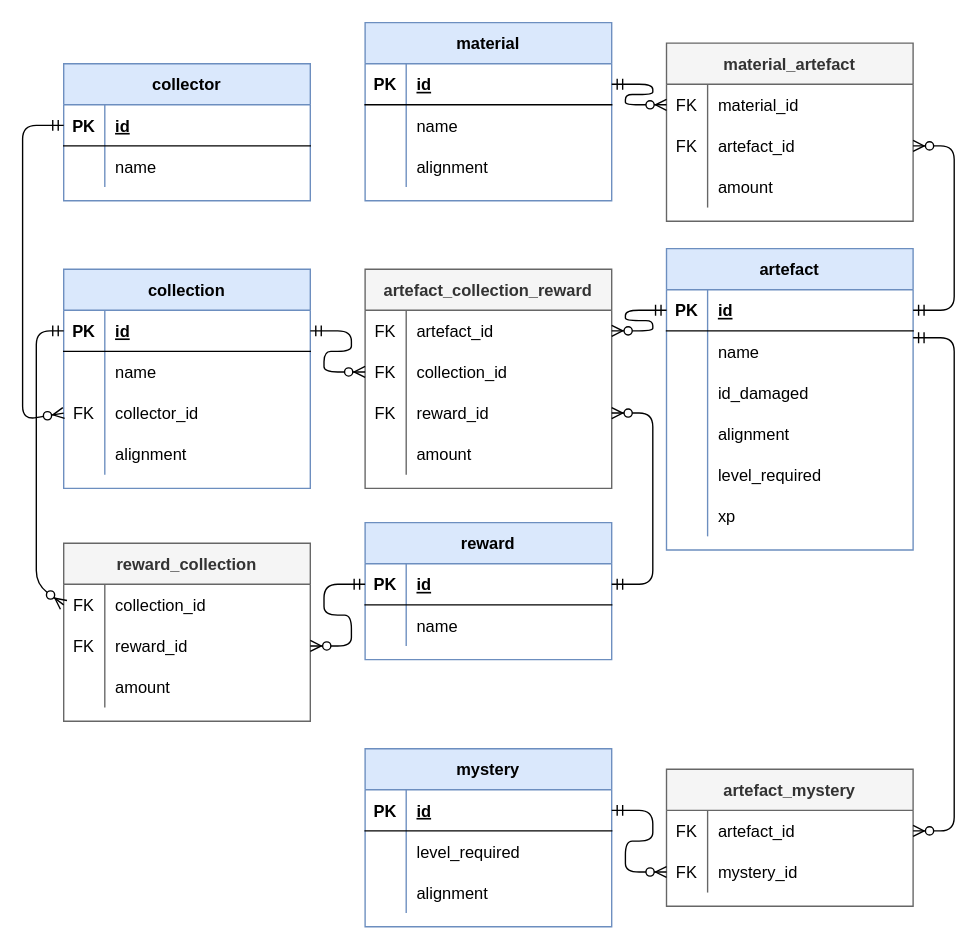
Before: db/entity_relation.drawio in brianburwell11/rs-archaeology, a draw.io diagram. Source tidied: cells renumbered, new cells numbered last; positions are measured from the earlier drawing's top-left corner, leaving out a move shared by most shapes. Both pictures are drawn from the tidied source at 137%, with x=0, y=0 at pixel (22, 22).
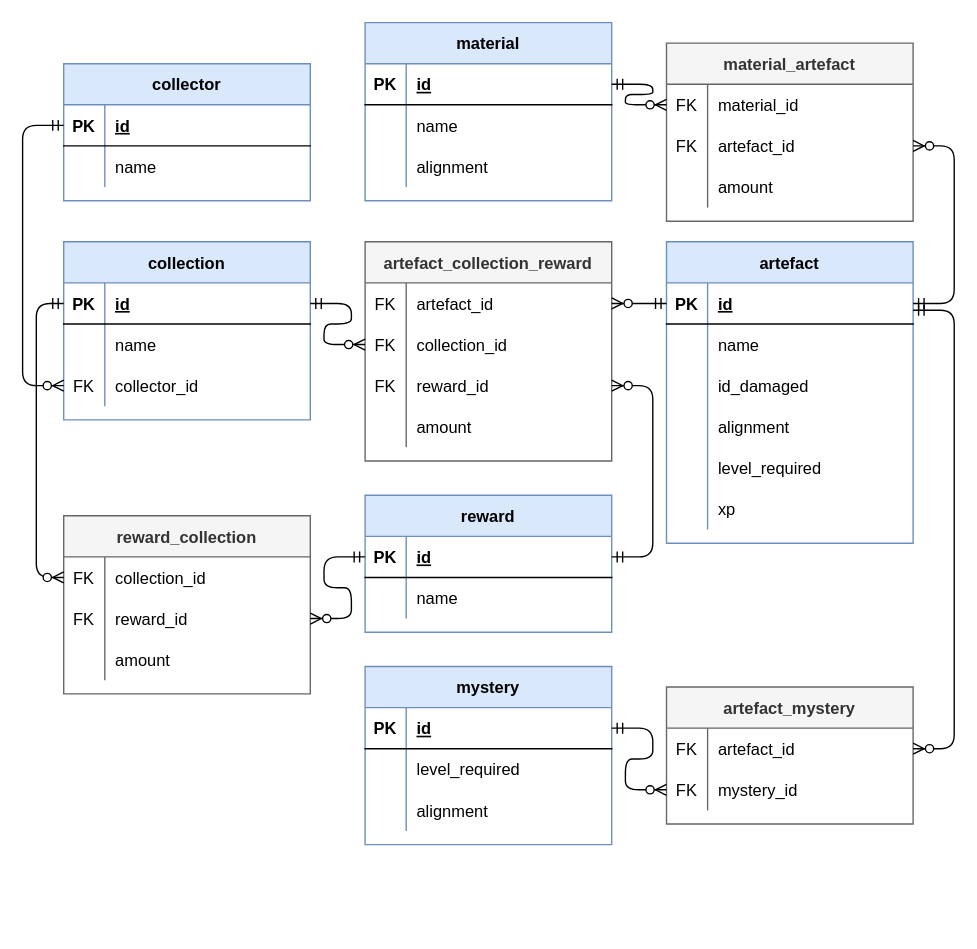
The same diagram, later.

Unchanged cells that the change refers to:
```xml
<mxCell id="32" style="shape=partialRectangle;fillColor=none;top=0;left=0;bottom=1;right=0;points=[[0,0.5],[1,0.5]];portConstraint=eastwest;" parent="31" vertex="1">
  <mxGeometry y="30" width="180" height="30" as="geometry" />
</mxCell>
<mxCell id="39" style="shape=partialRectangle;fillColor=none;top=0;left=0;bottom=1;right=0;points=[[0,0.5],[1,0.5]];portConstraint=eastwest;" parent="38" vertex="1">
  <mxGeometry y="30" width="180" height="30" as="geometry" />
</mxCell>
<mxCell id="45" style="shape=partialRectangle;fillColor=none;top=0;left=0;bottom=0;right=0;points=[[0,0.5],[1,0.5]];portConstraint=eastwest;" parent="38" vertex="1">
  <mxGeometry y="90" width="180" height="30" as="geometry" />
</mxCell>
<mxCell id="69" style="shape=partialRectangle;fillColor=none;top=0;left=0;bottom=0;right=0;points=[[0,0.5],[1,0.5]];portConstraint=eastwest;" parent="68" vertex="1">
  <mxGeometry y="30" width="180" height="30" as="geometry" />
</mxCell>
<mxCell id="91" style="shape=partialRectangle;fillColor=none;top=0;left=0;bottom=0;right=0;points=[[0,0.5],[1,0.5]];portConstraint=eastwest;" parent="90" vertex="1">
  <mxGeometry y="30" width="180" height="30" as="geometry" />
</mxCell>
```

Diff of the diagram source:
```diff
@@
     <mxCell id="2" value="artefact" style="shape=table;startSize=30;childLayout=tableLayout;rowLines=0;fontStyle=1;align=center;fillColor=#dae8fc;strokeColor=#6c8ebf;" parent="1" vertex="1">
-      <mxGeometry x="470" y="165" width="180" height="220" as="geometry" />
+      <mxGeometry x="470" y="160" width="180" height="220" as="geometry" />
     </mxCell>
@@
     <mxCell id="38" value="collection" style="shape=table;startSize=30;childLayout=tableLayout;rowLines=0;fontStyle=1;align=center;fillColor=#dae8fc;strokeColor=#6c8ebf;" parent="1" vertex="1">
-      <mxGeometry x="30" y="180" width="180" height="160" as="geometry" />
+      <mxGeometry x="30" y="160" width="180" height="130" as="geometry" />
     </mxCell>
@@
-    <mxCell id="48" style="shape=partialRectangle;fillColor=none;top=0;left=0;bottom=0;right=0;" parent="38" vertex="1">
-      <mxGeometry y="120" width="180" height="30" as="geometry" />
-    </mxCell>
-    <mxCell id="49" style="shape=partialRectangle;fillColor=none;top=0;left=0;bottom=0;right=0;overflow=hidden;" parent="48" vertex="1">
-      <mxGeometry width="30" height="30" as="geometry" />
-    </mxCell>
-    <mxCell id="50" value="alignment" style="shape=partialRectangle;fillColor=none;top=0;left=0;bottom=0;right=0;align=left;spacingLeft=6;overflow=hidden;" parent="48" vertex="1">
-      <mxGeometry x="30" width="150" height="30" as="geometry" />
-    </mxCell>
     <mxCell id="51" value="reward" style="shape=table;startSize=30;childLayout=tableLayout;rowLines=0;fontStyle=1;align=center;fillColor=#dae8fc;strokeColor=#6c8ebf;" parent="1" vertex="1">
-      <mxGeometry x="250" y="365" width="180" height="100" as="geometry" />
+      <mxGeometry x="250" y="345" width="180" height="100" as="geometry" />
     </mxCell>
@@
     <mxCell id="58" value="mystery" style="shape=table;startSize=30;childLayout=tableLayout;rowLines=0;fontStyle=1;align=center;fillColor=#dae8fc;strokeColor=#6c8ebf;" parent="1" vertex="1">
-      <mxGeometry x="250" y="530" width="180" height="130" as="geometry" />
+      <mxGeometry x="250" y="470" width="180" height="130" as="geometry" />
     </mxCell>
@@
     <mxCell id="68" value="reward_collection" style="shape=table;startSize=30;childLayout=tableLayout;rowLines=0;fontStyle=1;align=center;fillColor=#f5f5f5;strokeColor=#666666;fontColor=#333333;" parent="1" vertex="1">
-      <mxGeometry x="30" y="380" width="180" height="130" as="geometry" />
+      <mxGeometry x="30" y="360" width="180" height="130" as="geometry" />
     </mxCell>
@@
     <mxCell id="90" value="artefact_mystery" style="shape=table;startSize=30;childLayout=tableLayout;rowLines=0;fontStyle=1;align=center;fillColor=#f5f5f5;strokeColor=#666666;fontColor=#333333;" parent="1" vertex="1">
-      <mxGeometry x="470" y="545" width="180" height="100" as="geometry" />
+      <mxGeometry x="470" y="485" width="180" height="100" as="geometry" />
     </mxCell>
@@
     <mxCell id="98" style="edgeStyle=entityRelationEdgeStyle;fontSize=12;html=1;endArrow=ERzeroToMany;startArrow=ERmandOne;" parent="1" edge="1" target="91">
       <mxGeometry relative="1" as="geometry">
-        <mxPoint x="650" y="230" as="sourcePoint" />
+        <mxPoint x="650" y="210" as="sourcePoint" />
       </mxGeometry>
     </mxCell>
     <mxCell id="99" style="endArrow=ERzeroToMany;html=1;exitX=0;exitY=0.5;exitDx=0;exitDy=0;entryX=0;entryY=0.5;entryDx=0;entryDy=0;startArrow=ERmandOne;startFill=0;endFill=1;" parent="1" edge="1" source="39" target="69">
       <mxGeometry relative="1" as="geometry">
         <Array as="points">
-          <mxPoint x="10" y="225" />
-          <mxPoint x="10" y="410" />
+          <mxPoint x="10" y="205" />
+          <mxPoint x="10" y="405" />
         </Array>
       </mxGeometry>
     </mxCell>
     <mxCell id="100" style="endArrow=ERzeroToMany;html=1;exitX=0;exitY=0.5;exitDx=0;exitDy=0;entryX=0;entryY=0.5;entryDx=0;entryDy=0;startArrow=ERmandOne;startFill=0;endFill=1;" parent="1" edge="1" source="32" target="45">
       <mxGeometry relative="1" as="geometry">
         <Array as="points">
           <mxPoint y="75" />
-          <mxPoint y="290" />
+          <mxPoint y="265" />
         </Array>
       </mxGeometry>
     </mxCell>
@@
     <mxCell id="102" value="artefact_collection_reward" style="shape=table;startSize=30;childLayout=tableLayout;rowLines=0;fontStyle=1;align=center;fillColor=#f5f5f5;strokeColor=#666666;fontColor=#333333;" parent="1" vertex="1">
-      <mxGeometry x="250" y="180" width="180" height="160" as="geometry" />
+      <mxGeometry x="250" y="160" width="180" height="160" as="geometry" />
     </mxCell>
```
